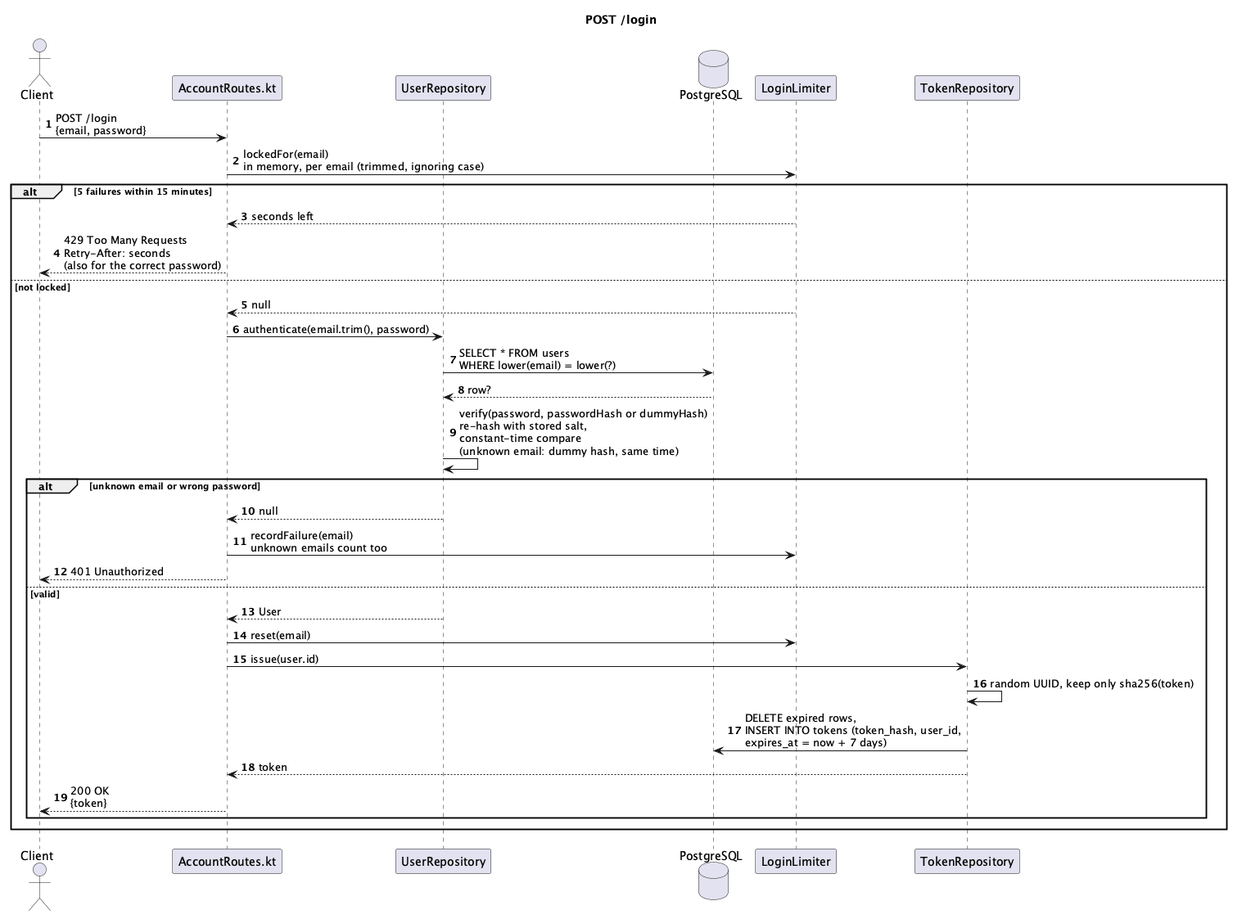
Above: docs/diagrams/sequence-login.png in Rent-a-car-38291/rent-a-car (PlantUML), before the change.
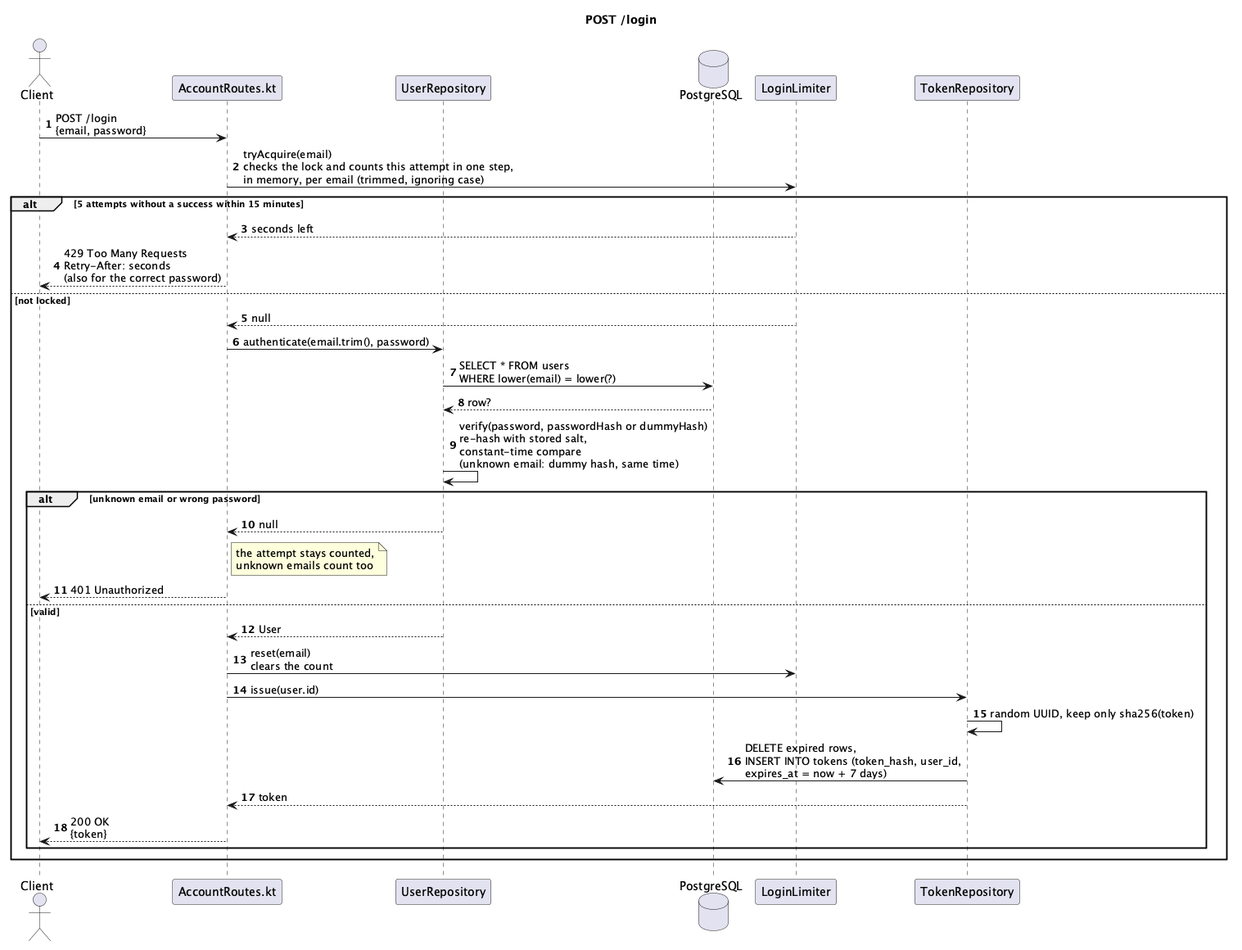
After the change.

Commit message:
Show the atomic attempt count in the login diagram

Diff of the diagram source:
```diff
@@ -10,9 +10,9 @@
 participant TokenRepository
 
 Client -> Route : POST /login\n{email, password}
-Route -> LoginLimiter : lockedFor(email)\nin memory, per email (trimmed, ignoring case)
+Route -> LoginLimiter : tryAcquire(email)\nchecks the lock and counts this attempt in one step,\nin memory, per email (trimmed, ignoring case)
 
-alt 5 failures within 15 minutes
+alt 5 attempts without a success within 15 minutes
   LoginLimiter --> Route : seconds left
   Route --> Client : 429 Too Many Requests\nRetry-After: seconds\n(also for the correct password)
 else not locked
@@ -24,11 +24,11 @@
 
 alt unknown email or wrong password
   UserRepository --> Route : null
-  Route -> LoginLimiter : recordFailure(email)\nunknown emails count too
+  note right of Route : the attempt stays counted,\nunknown emails count too
   Route --> Client : 401 Unauthorized
 else valid
   UserRepository --> Route : User
-  Route -> LoginLimiter : reset(email)
+  Route -> LoginLimiter : reset(email)\nclears the count
   Route -> TokenRepository : issue(user.id)
   TokenRepository -> TokenRepository : random UUID, keep only sha256(token)
   TokenRepository -> PostgreSQL : DELETE expired rows,\nINSERT INTO tokens (token_hash, user_id,\nexpires_at = now + 7 days)
```
